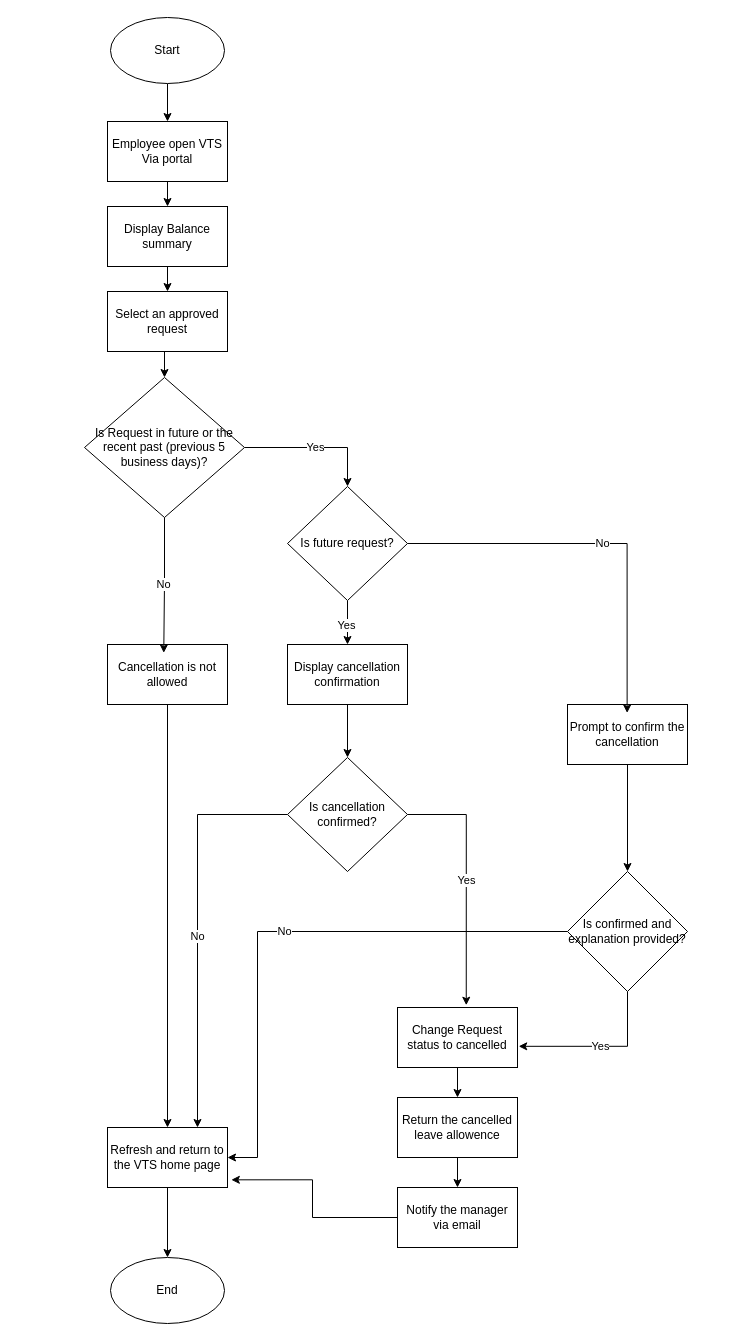
This is Uses Cases/Manage Time/Alternative Flows/Cancel Approved Request/cancel_approved_request_flow_chart.drawio from Esraa-Khaled/VACATION_TRACKING_SYSTEM__VTS, a draw.io file, before an edit. Source tidied: cells renumbered, new cells numbered last; positions are measured from the earlier drawing's top-left corner, leaving out a move shared by most shapes. Both pictures are drawn from the tidied source at 100%, with x=0, y=0 at pixel (84, 17).
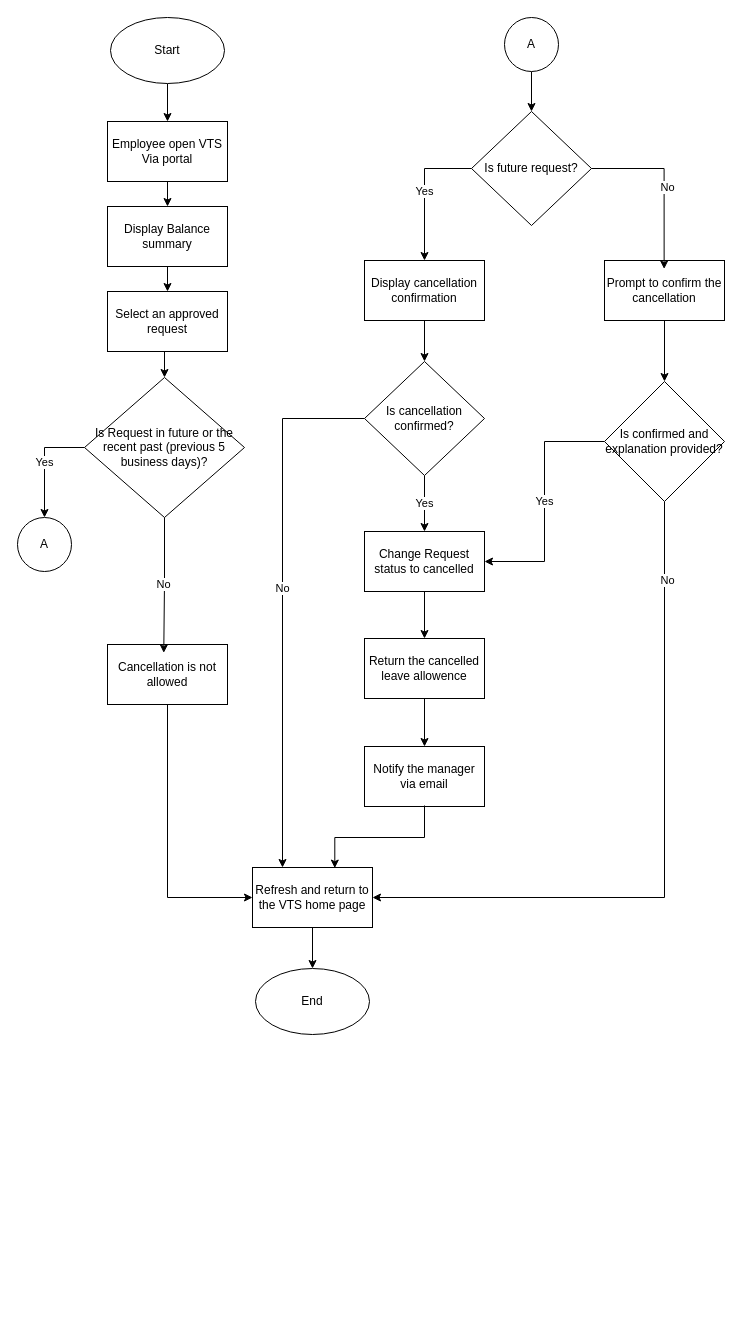
The same diagram, later.

Commit message (it also covers changes not shown here):
upload cancel approved request diagrams

Unchanged cells that the change refers to:
```xml
<mxCell id="11" value="Cancellation is not allowed" style="rounded=0;whiteSpace=wrap;html=1;" parent="1" vertex="1">
  <mxGeometry x="23" y="627" width="120" height="60" as="geometry" />
</mxCell>
<mxCell id="13" value="Is Request in&amp;nbsp;&lt;span style=&quot;text-decoration-line: inherit; background-color: transparent; color: light-dark(#000000, var(--ge-light-color, #ffffff));&quot;&gt;future or the recent past (pre&lt;/span&gt;vious 5 business days)?" style="rhombus;whiteSpace=wrap;html=1;shapeInside=1;" parent="1" vertex="1">
  <mxGeometry y="360" width="160" height="140" as="geometry" />
</mxCell>
```

Diff of the diagram source:
```diff
@@
-    <mxCell id="10" style="edgeStyle=orthogonalEdgeStyle;rounded=0;jettySize=auto;html=1;exitX=0.5;exitY=1;exitDx=0;exitDy=0;" parent="1" edge="1" source="11" target="18">
+    <mxCell id="10" style="edgeStyle=orthogonalEdgeStyle;rounded=0;jettySize=auto;html=1;exitX=0.5;exitY=1;exitDx=0;exitDy=0;entryX=0;entryY=0.5;entryDx=0;entryDy=0;defaultLabelBackgroundColor=page;" parent="1" edge="1" source="11" target="18">
       <mxGeometry relative="1" as="geometry" />
     </mxCell>
@@
-    <mxCell id="12" value="Yes" style="edgeStyle=orthogonalEdgeStyle;rounded=0;jettySize=auto;html=1;exitX=1;exitY=0.5;exitDx=0;exitDy=0;entryX=0.5;entryY=0;entryDx=0;entryDy=0;" parent="1" edge="1" source="13" target="16">
-      <mxGeometry relative="1" as="geometry" />
-    </mxCell>
+    <mxCell id="38" value="Yes" style="edgeStyle=orthogonalEdgeStyle;rounded=0;jettySize=auto;html=1;entryX=0.5;entryY=0;entryDx=0;entryDy=0;defaultLabelBackgroundColor=page;" parent="1" edge="1" source="13" target="39">
+      <mxGeometry relative="1" as="geometry" />
+    </mxCell>
@@
-    <mxCell id="14" style="edgeStyle=orthogonalEdgeStyle;rounded=0;jettySize=auto;html=1;entryX=0.5;entryY=0;entryDx=0;entryDy=0;" parent="1" edge="1" source="16" target="22">
+    <mxCell id="14" value="Yes" style="edgeStyle=orthogonalEdgeStyle;rounded=0;jettySize=auto;html=1;exitX=0;exitY=0.5;exitDx=0;exitDy=0;entryX=0.5;entryY=0;entryDx=0;entryDy=0;defaultLabelBackgroundColor=page;" parent="1" edge="1" source="16" target="22">
       <mxGeometry relative="1" as="geometry" />
     </mxCell>
-    <mxCell id="15" value="Yes" style="edgeLabel;html=1;align=center;verticalAlign=middle;" parent="14" vertex="1">
-      <mxGeometry x="0.07" y="-2" relative="1" as="geometry" />
-    </mxCell>
     <mxCell id="16" value="Is future request?" style="rhombus;whiteSpace=wrap;html=1;shapeInside=1;" parent="1" vertex="1">
-      <mxGeometry x="203" y="469" width="120" height="114" as="geometry" />
+      <mxGeometry x="387" y="94" width="120" height="114" as="geometry" />
     </mxCell>
-    <mxCell id="17" style="edgeStyle=orthogonalEdgeStyle;rounded=0;jettySize=auto;html=1;" parent="1" edge="1" source="18" target="20">
+    <mxCell id="17" style="edgeStyle=orthogonalEdgeStyle;rounded=0;jettySize=auto;html=1;defaultLabelBackgroundColor=page;" parent="1" edge="1" source="18" target="20">
       <mxGeometry relative="1" as="geometry" />
     </mxCell>
     <mxCell id="18" value="Refresh and return to the VTS home page" style="rounded=0;whiteSpace=wrap;html=1;" parent="1" vertex="1">
-      <mxGeometry x="23" y="1110" width="120" height="60" as="geometry" />
+      <mxGeometry x="168" y="850" width="120" height="60" as="geometry" />
     </mxCell>
@@
     <mxCell id="20" value="End" style="ellipse;whiteSpace=wrap;html=1;shapeInside=1;" parent="1" vertex="1">
-      <mxGeometry x="26" y="1240" width="114" height="66" as="geometry" />
+      <mxGeometry x="171" y="951" width="114" height="66" as="geometry" />
     </mxCell>
@@
     <mxCell id="22" value="Display cancellation confirmation" style="rounded=0;whiteSpace=wrap;html=1;" parent="1" vertex="1">
-      <mxGeometry x="203" y="627" width="120" height="60" as="geometry" />
+      <mxGeometry x="280" y="243" width="120" height="60" as="geometry" />
     </mxCell>
+    <mxCell id="27" value="Yes" style="edgeStyle=orthogonalEdgeStyle;rounded=0;jettySize=auto;html=1;entryX=0.5;entryY=0;entryDx=0;entryDy=0;defaultLabelBackgroundColor=page;" parent="1" edge="1" source="24" target="26">
+      <mxGeometry relative="1" as="geometry" />
+    </mxCell>
-    <mxCell id="23" value="No" style="edgeStyle=orthogonalEdgeStyle;rounded=0;jettySize=auto;html=1;exitX=0;exitY=0.5;exitDx=0;exitDy=0;entryX=0.75;entryY=0;entryDx=0;entryDy=0;" parent="1" edge="1" source="24" target="18">
-      <mxGeometry x="0.05" relative="1" as="geometry" />
+    <mxCell id="23" value="No" style="edgeStyle=orthogonalEdgeStyle;rounded=0;jettySize=auto;html=1;entryX=0.25;entryY=0;entryDx=0;entryDy=0;defaultLabelBackgroundColor=page;" parent="1" edge="1" source="24" target="18">
+      <mxGeometry x="-0.05" relative="1" as="geometry">
+        <Array as="points">
+          <mxPoint x="198" y="401" />
+        </Array>
+      </mxGeometry>
     </mxCell>
     <mxCell id="24" value="Is cancellation confirmed?" style="rhombus;whiteSpace=wrap;html=1;shapeInside=1;" parent="1" vertex="1">
-      <mxGeometry x="203" y="740" width="120" height="114" as="geometry" />
+      <mxGeometry x="280" y="344" width="120" height="114" as="geometry" />
     </mxCell>
@@
     <mxCell id="26" value="Change Request status to cancelled" style="rounded=0;whiteSpace=wrap;html=1;" parent="1" vertex="1">
-      <mxGeometry x="313" y="990" width="120" height="60" as="geometry" />
+      <mxGeometry x="280" y="514" width="120" height="60" as="geometry" />
     </mxCell>
-    <mxCell id="27" value="Yes" style="edgeStyle=orthogonalEdgeStyle;rounded=0;jettySize=auto;html=1;exitX=1;exitY=0.5;exitDx=0;exitDy=0;entryX=0.573;entryY=-0.038;entryDx=0;entryDy=0;entryPerimeter=0;" parent="1" edge="1" source="24" target="26">
-      <mxGeometry relative="1" as="geometry" />
-    </mxCell>
@@
     <mxCell id="29" value="Prompt to confirm the cancellation" style="rounded=0;whiteSpace=wrap;html=1;" parent="1" vertex="1">
-      <mxGeometry x="483" y="687" width="120" height="60" as="geometry" />
+      <mxGeometry x="520" y="243" width="120" height="60" as="geometry" />
     </mxCell>
     <mxCell id="30" value="No" style="edgeStyle=orthogonalEdgeStyle;rounded=0;jettySize=auto;html=1;entryX=0.497;entryY=0.141;entryDx=0;entryDy=0;entryPerimeter=0;" parent="1" edge="1" source="16" target="29">
-      <mxGeometry relative="1" as="geometry" />
+      <mxGeometry x="0.06" y="3" relative="1" as="geometry" />
     </mxCell>
-    <mxCell id="31" value="No" style="edgeStyle=orthogonalEdgeStyle;rounded=0;jettySize=auto;html=1;entryX=1;entryY=0.5;entryDx=0;entryDy=0;" parent="1" edge="1" source="32" target="18">
-      <mxGeometry relative="1" as="geometry">
-        <Array as="points">
-          <mxPoint x="173" y="914" />
-          <mxPoint x="173" y="1140" />
-        </Array>
-      </mxGeometry>
+    <mxCell id="31" value="No" style="edgeStyle=orthogonalEdgeStyle;rounded=0;jettySize=auto;html=1;exitX=0.5;exitY=1;exitDx=0;exitDy=0;entryX=1;entryY=0.5;entryDx=0;entryDy=0;defaultLabelBackgroundColor=page;" parent="1" edge="1" source="32" target="18">
+      <mxGeometry x="-0.77" y="3" relative="1" as="geometry" />
     </mxCell>
+    <mxCell id="33" value="Yes" style="edgeStyle=orthogonalEdgeStyle;rounded=0;jettySize=auto;html=1;entryX=1;entryY=0.5;entryDx=0;entryDy=0;defaultLabelBackgroundColor=page;" parent="1" edge="1" source="32" target="26">
+      <mxGeometry relative="1" as="geometry" />
+    </mxCell>
     <mxCell id="32" value="Is confirmed and explanation provided?" style="rhombus;whiteSpace=wrap;html=1;shapeInside=1;" parent="1" vertex="1">
-      <mxGeometry x="483" y="854" width="120" height="120" as="geometry" />
+      <mxGeometry x="520" y="364" width="120" height="120" as="geometry" />
     </mxCell>
-    <mxCell id="33" value="Yes" style="edgeStyle=orthogonalEdgeStyle;rounded=0;jettySize=auto;html=1;entryX=1.01;entryY=0.647;entryDx=0;entryDy=0;entryPerimeter=0;" parent="1" edge="1" source="32" target="26">
-      <mxGeometry relative="1" as="geometry">
-        <Array as="points">
-          <mxPoint x="543" y="1028.8" />
-        </Array>
-      </mxGeometry>
-    </mxCell>
@@
     <mxCell id="35" value="Return the cancelled leave allowence" style="rounded=0;whiteSpace=wrap;html=1;" parent="1" vertex="1">
-      <mxGeometry x="313" y="1080" width="120" height="60" as="geometry" />
+      <mxGeometry x="280" y="621" width="120" height="60" as="geometry" />
     </mxCell>
     <mxCell id="36" value="Notify the manager via email" style="rounded=0;whiteSpace=wrap;html=1;" parent="1" vertex="1">
-      <mxGeometry x="313" y="1170" width="120" height="60" as="geometry" />
+      <mxGeometry x="280" y="729" width="120" height="60" as="geometry" />
     </mxCell>
-    <mxCell id="37" style="edgeStyle=orthogonalEdgeStyle;rounded=0;jettySize=auto;html=1;entryX=1.032;entryY=0.872;entryDx=0;entryDy=0;entryPerimeter=0;" parent="1" edge="1" source="36" target="18">
-      <mxGeometry relative="1" as="geometry" />
-    </mxCell>
+    <mxCell id="39" value="A" style="ellipse;whiteSpace=wrap;html=1;shapeInside=1;" parent="1" vertex="1">
+      <mxGeometry x="-67" y="500" width="54" height="54" as="geometry" />
+    </mxCell>
+    <mxCell id="40" style="edgeStyle=orthogonalEdgeStyle;rounded=0;jettySize=auto;html=1;entryX=0.5;entryY=0;entryDx=0;entryDy=0;defaultLabelBackgroundColor=page;" parent="1" edge="1" source="41" target="16">
+      <mxGeometry relative="1" as="geometry" />
+    </mxCell>
+    <mxCell id="41" value="A" style="ellipse;whiteSpace=wrap;html=1;shapeInside=1;" parent="1" vertex="1">
+      <mxGeometry x="420" width="54" height="54" as="geometry" />
+    </mxCell>
+    <mxCell id="42" style="edgeStyle=orthogonalEdgeStyle;rounded=0;orthogonalLoop=1;jettySize=auto;html=1;entryX=0.686;entryY=0.027;entryDx=0;entryDy=0;entryPerimeter=0;defaultLabelBackgroundColor=page;" parent="1" edge="1">
+      <mxGeometry x="0.06" relative="1" as="geometry">
+        <mxPoint x="340" y="788" as="sourcePoint" />
+        <mxPoint x="250.3" y="850.6" as="targetPoint" />
+        <Array as="points">
+          <mxPoint x="340" y="820" />
+          <mxPoint x="250.3" y="820" />
+        </Array>
+      </mxGeometry>
+    </mxCell>
```
